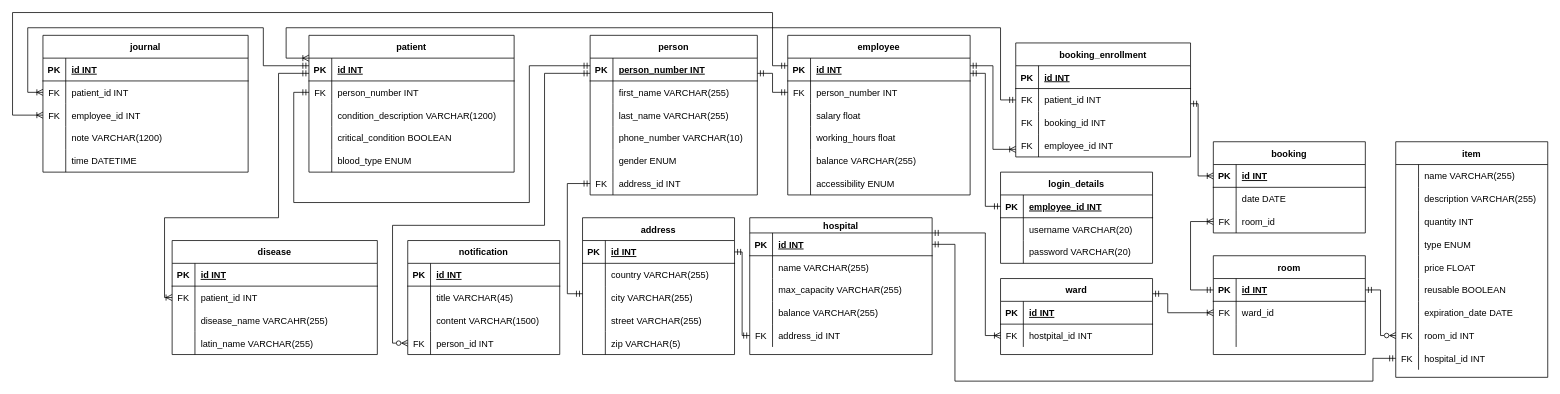
This is Diagrams/logical_model.drawio from mazrli/Grupp, a draw.io file, before an edit. Source tidied: cells renumbered, new cells numbered last; positions are measured from the earlier drawing's top-left corner, leaving out a move shared by most shapes. Both pictures are drawn from the tidied source at 76%, with x=0, y=0 at pixel (12, 12).
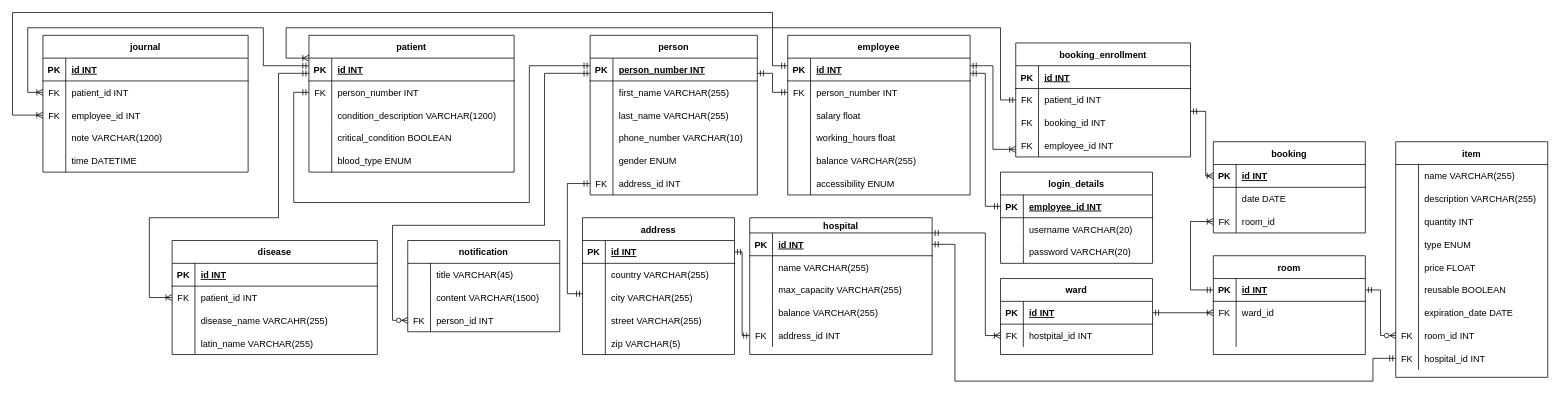
After the change.

The change refers to these unchanged cells:
```xml
<mxCell id="18" value="ward" style="shape=table;startSize=30;childLayout=tableLayout;rowLines=0;fontStyle=1;align=center;" parent="1" vertex="1">
  <mxGeometry x="1300" y="350" width="200" height="100" as="geometry" />
</mxCell>
<mxCell id="62" style="shape=partialRectangle;fillColor=none;top=0;left=0;bottom=1;right=0;points=[[0,0.5],[1,0.5]];portConstraint=eastwest;" parent="61" vertex="1">
  <mxGeometry y="30" width="220" height="30" as="geometry" />
</mxCell>
<mxCell id="94" style="shape=partialRectangle;fillColor=none;top=0;left=0;bottom=1;right=0;points=[[0,0.5],[1,0.5]];portConstraint=eastwest;" parent="93" vertex="1">
  <mxGeometry y="30" width="270" height="30" as="geometry" />
</mxCell>
<mxCell id="115" style="shape=partialRectangle;fillColor=none;top=0;left=0;bottom=0;right=0;points=[[0,0.5],[1,0.5]];portConstraint=eastwest;" parent="111" vertex="1">
  <mxGeometry y="60" width="200" height="30" as="geometry" />
</mxCell>
<mxCell id="152" style="shape=partialRectangle;fillColor=none;top=0;left=0;bottom=1;right=0;points=[[0,0.5],[1,0.5]];portConstraint=eastwest;" parent="151" vertex="1">
  <mxGeometry y="30" width="200" height="30" as="geometry" />
</mxCell>
<mxCell id="196" style="shape=partialRectangle;fillColor=none;top=0;left=0;bottom=0;right=0;points=[[0,0.5],[1,0.5]];portConstraint=eastwest;" parent="192" vertex="1">
  <mxGeometry y="60" width="270" height="30" as="geometry" />
</mxCell>
```

The edit, as a diff of the source:
```diff
@@
     <mxCell id="110" style="edgeStyle=orthogonalEdgeStyle;rounded=0;jettySize=auto;html=1;startArrow=ERoneToMany;startFill=0;endArrow=ERmandOne;endFill=0;" parent="1" edge="1" source="115" target="18">
       <mxGeometry relative="1" as="geometry">
         <Array as="points">
-          <mxPoint x="1520" y="395" />
-          <mxPoint x="1520" y="370" />
+          <mxPoint x="1510" y="395" />
+          <mxPoint x="1510" y="395" />
         </Array>
       </mxGeometry>
     </mxCell>
@@
     <mxCell id="174" style="edgeStyle=orthogonalEdgeStyle;rounded=0;jettySize=auto;html=1;startArrow=ERmandOne;startFill=0;endArrow=ERoneToMany;endFill=0;" parent="1" edge="1" target="152">
       <mxGeometry relative="1" as="geometry">
-        <mxPoint x="1550" y="120" as="sourcePoint" />
+        <mxPoint x="1550" y="130" as="sourcePoint" />
         <Array as="points">
-          <mxPoint x="1560" y="120" />
-          <mxPoint x="1560" y="215" />
+          <mxPoint x="1550" y="130" />
+          <mxPoint x="1570" y="130" />
+          <mxPoint x="1570" y="215" />
         </Array>
       </mxGeometry>
     </mxCell>
@@
     <mxCell id="178" style="edgeStyle=orthogonalEdgeStyle;rounded=0;jettySize=auto;html=1;startArrow=ERzeroToMany;startFill=0;endArrow=ERmandOne;endFill=0;" parent="1" edge="1" source="189" target="62">
       <mxGeometry relative="1" as="geometry">
         <Array as="points">
-          <mxPoint x="500" y="435" />
+          <mxPoint x="500" y="405" />
           <mxPoint x="500" y="280" />
           <mxPoint x="700" y="280" />
           <mxPoint x="700" y="80" />
         </Array>
       </mxGeometry>
     </mxCell>
     <mxCell id="179" value="notification" style="shape=table;startSize=30;childLayout=tableLayout;rowLines=0;fontStyle=1;align=center;" parent="1" vertex="1">
-      <mxGeometry x="520" y="300" width="200" height="150" as="geometry" />
+      <mxGeometry x="520" y="300" width="200" height="120" as="geometry" />
     </mxCell>
-    <mxCell id="180" style="shape=partialRectangle;fillColor=none;top=0;left=0;bottom=1;right=0;" parent="179" vertex="1">
-      <mxGeometry y="30" width="200" height="30" as="geometry" />
-    </mxCell>
-    <mxCell id="181" value="PK" style="shape=partialRectangle;fillColor=none;top=0;left=0;bottom=0;right=0;fontStyle=1;overflow=hidden;" parent="180" vertex="1">
-      <mxGeometry width="30" height="30" as="geometry" />
-    </mxCell>
-    <mxCell id="182" value="id INT" style="shape=partialRectangle;fillColor=none;top=0;left=0;bottom=0;right=0;align=left;spacingLeft=6;fontStyle=5;overflow=hidden;" parent="180" vertex="1">
-      <mxGeometry x="30" width="170" height="30" as="geometry" />
-    </mxCell>
     <mxCell id="183" style="shape=partialRectangle;fillColor=none;top=0;left=0;bottom=0;right=0;" parent="179" vertex="1">
-      <mxGeometry y="60" width="200" height="30" as="geometry" />
+      <mxGeometry y="30" width="200" height="30" as="geometry" />
     </mxCell>
@@
     <mxCell id="186" style="shape=partialRectangle;fillColor=none;top=0;left=0;bottom=0;right=0;" parent="179" vertex="1">
-      <mxGeometry y="90" width="200" height="30" as="geometry" />
+      <mxGeometry y="60" width="200" height="30" as="geometry" />
     </mxCell>
@@
     <mxCell id="189" style="shape=partialRectangle;fillColor=none;top=0;left=0;bottom=0;right=0;points=[[0,0.5],[1,0.5]];portConstraint=eastwest;" parent="179" vertex="1">
-      <mxGeometry y="120" width="200" height="30" as="geometry" />
+      <mxGeometry y="90" width="200" height="30" as="geometry" />
     </mxCell>
@@
     <mxCell id="205" style="edgeStyle=orthogonalEdgeStyle;rounded=0;jettySize=auto;html=1;exitX=0;exitY=0.5;exitDx=0;exitDy=0;endArrow=ERmandOne;endFill=0;startArrow=ERoneToMany;startFill=0;" parent="1" edge="1" source="196" target="94">
       <mxGeometry relative="1" as="geometry">
         <Array as="points">
-          <mxPoint x="200" y="375" />
-          <mxPoint x="200" y="270" />
+          <mxPoint x="180" y="375" />
+          <mxPoint x="180" y="270" />
           <mxPoint x="350" y="270" />
           <mxPoint x="350" y="80" />
         </Array>
       </mxGeometry>
     </mxCell>
```
